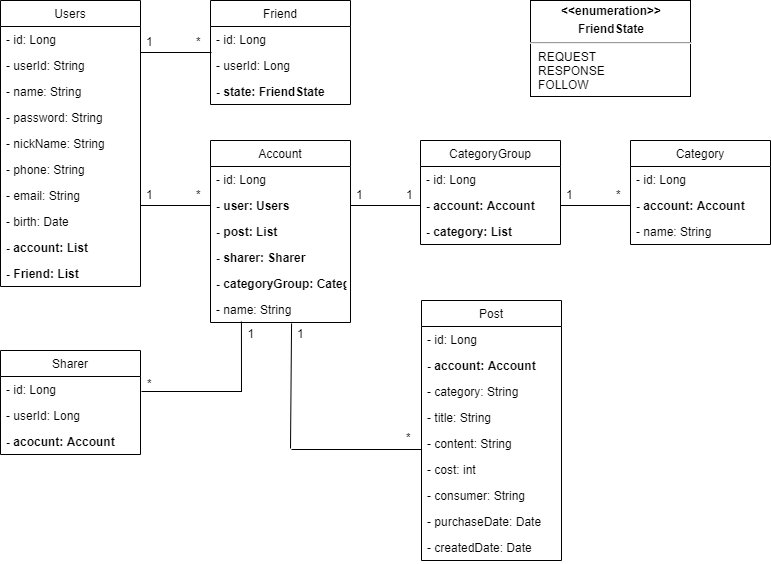
Kpearl/gongbu_server keeps this draw.io diagram as image/UML.png. Above is the earlier version. Source tidied: cells renumbered, new cells last; positions are measured from the earlier drawing's top-left corner, leaving out a move shared by most shapes.
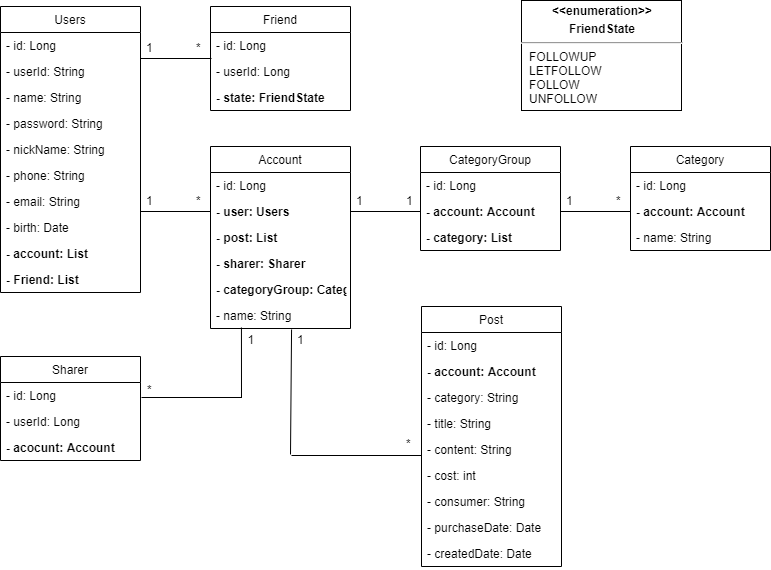
Later version of the same file.

Diff of the diagram source:
```diff
@@ -52,8 +52,8 @@
     <mxCell id="16" value="*" style="text;strokeColor=none;fillColor=none;align=left;verticalAlign=top;spacingLeft=4;spacingRight=4;overflow=hidden;" parent="1" vertex="1">
       <mxGeometry x="190" y="28" width="20" height="30" as="geometry" />
     </mxCell>
-    <mxCell id="17" value="&lt;p style=&quot;margin: 4px 0px 0px ; text-align: center&quot;&gt;&lt;b&gt;&amp;lt;&amp;lt;enumeration&amp;gt;&amp;gt;&lt;/b&gt;&lt;/p&gt;&lt;p style=&quot;margin: 4px 0px 0px ; text-align: center&quot;&gt;&lt;b&gt;FriendState&lt;/b&gt;&lt;/p&gt;&lt;hr&gt;&lt;p style=&quot;margin: 0px ; margin-left: 8px&quot;&gt;REQUEST&lt;br&gt;&lt;/p&gt;&lt;p style=&quot;margin: 0px ; margin-left: 8px&quot;&gt;RESPONSE&lt;br&gt;&lt;/p&gt;&lt;p style=&quot;margin: 0px ; margin-left: 8px&quot;&gt;FOLLOW&lt;br&gt;&lt;/p&gt;" style="verticalAlign=top;align=left;overflow=fill;fontSize=12;fontFamily=Helvetica;html=1;" parent="1" vertex="1">
-      <mxGeometry x="530" width="160" height="96" as="geometry" />
+    <mxCell id="17" value="&lt;p style=&quot;margin: 4px 0px 0px ; text-align: center&quot;&gt;&lt;b&gt;&amp;lt;&amp;lt;enumeration&amp;gt;&amp;gt;&lt;/b&gt;&lt;/p&gt;&lt;p style=&quot;margin: 4px 0px 0px ; text-align: center&quot;&gt;&lt;b&gt;FriendState&lt;/b&gt;&lt;/p&gt;&lt;hr&gt;&lt;p style=&quot;margin: 0px ; margin-left: 8px&quot;&gt;FOLLOWUP&lt;br&gt;&lt;/p&gt;&lt;p style=&quot;margin: 0px ; margin-left: 8px&quot;&gt;LETFOLLOW&lt;br&gt;&lt;/p&gt;&lt;p style=&quot;margin: 0px ; margin-left: 8px&quot;&gt;FOLLOW&lt;br&gt;&lt;/p&gt;&lt;p style=&quot;margin: 0px ; margin-left: 8px&quot;&gt;UNFOLLOW&lt;/p&gt;" style="verticalAlign=top;align=left;overflow=fill;fontSize=12;fontFamily=Helvetica;html=1;" parent="1" vertex="1">
+      <mxGeometry x="521" y="-6" width="160" height="110" as="geometry" />
     </mxCell>
     <mxCell id="18" value="Users" style="swimlane;fontStyle=0;horizontal=1;startSize=26;fillColor=none;" parent="1" vertex="1">
       <mxGeometry width="140" height="286" as="geometry" />
```
